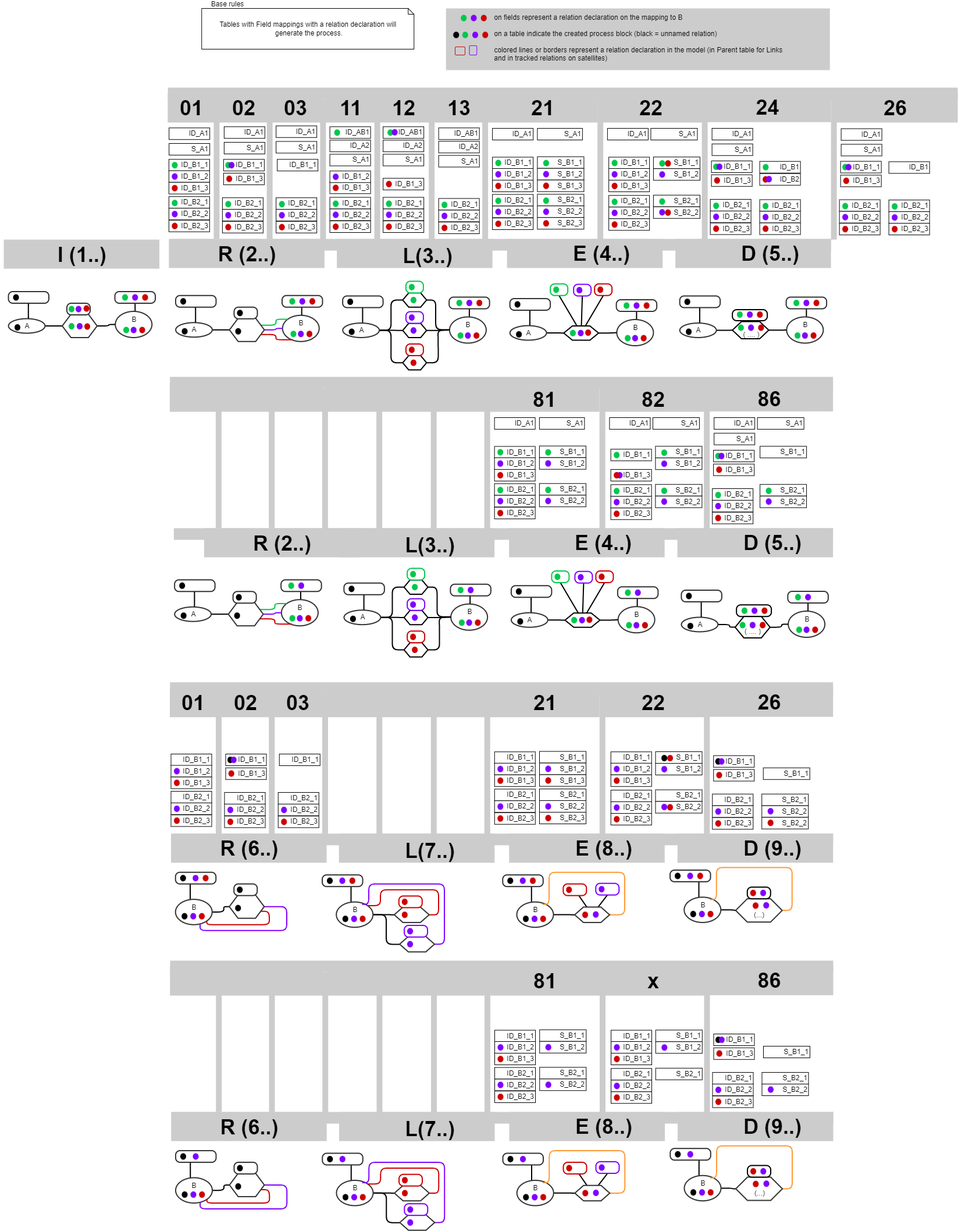
cimt-ag/data_vault_pipelinedescription keeps this draw.io diagram as documentation/images/relation_process_generation_scenarios.drawio.png. Above is the earlier version. Source tidied: cells renumbered, new cells last; positions are measured from the earlier drawing's top-left corner, leaving out a move shared by most shapes.
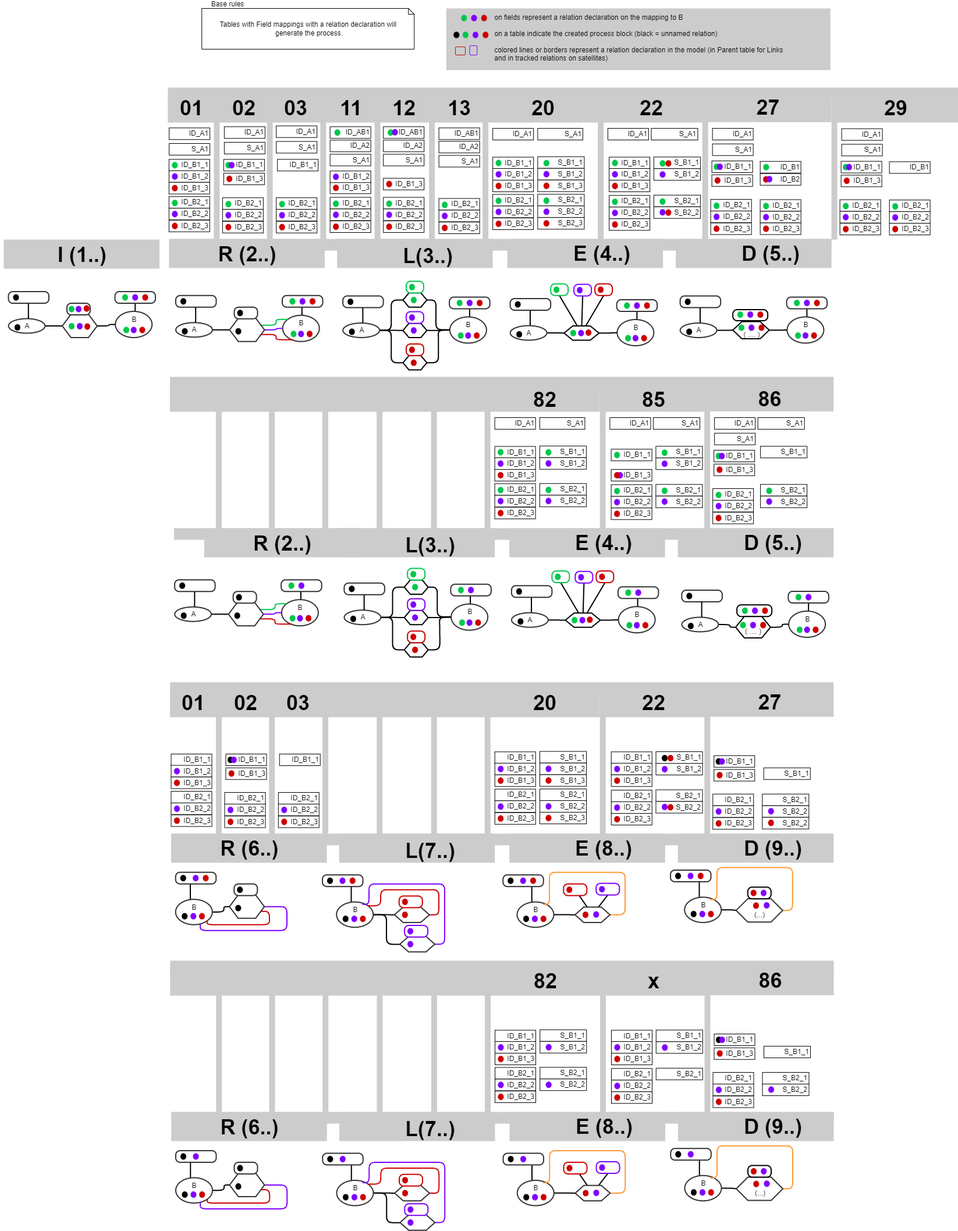
The same diagram one commit later.

Change to the diagram source:
```diff
@@ -1448,7 +1448,7 @@
     <mxCell id="415" value="&lt;div style=&quot;width: 43.0px;height:auto;word-break: break-word;&quot;&gt;&lt;div align=&quot;center&quot;&gt;&lt;span style=&quot;font-family: Helvetica; font-size: 36px; text-decoration: none; line-height: 36px; font-weight: bold;&quot;&gt;12&lt;/span&gt;&lt;/div&gt;&lt;/div&gt;" style="shape=rect;shadow=0;strokeWidth=0;strokeColor=none;fillColor=#cccccc;opacity=100.0;html=1;nl2Br=0;verticalAlign=top;align=center;spacingLeft=2.0;spacingRight=0;spacingTop=1.0;spacingBottom=8;whiteSpace=wrap;gliffyId=345;" parent="1" vertex="1">
       <mxGeometry x="642.1" y="160" width="90" height="50" as="geometry" />
     </mxCell>
-    <mxCell id="416" value="&lt;div style=&quot;width: 43.0px;height:auto;word-break: break-word;&quot;&gt;&lt;div align=&quot;center&quot;&gt;&lt;span style=&quot;font-family: Helvetica; font-size: 36px; text-decoration: none; line-height: 36px; font-weight: bold;&quot;&gt;21&lt;/span&gt;&lt;/div&gt;&lt;/div&gt;" style="shape=rect;shadow=0;strokeWidth=0;strokeColor=none;fillColor=#cccccc;opacity=100.0;html=1;nl2Br=0;verticalAlign=top;align=center;spacingLeft=2.0;spacingRight=0;spacingTop=1.0;spacingBottom=8;whiteSpace=wrap;gliffyId=345;" parent="1" vertex="1">
+    <mxCell id="416" value="&lt;div style=&quot;width: 43.0px;height:auto;word-break: break-word;&quot;&gt;&lt;div align=&quot;center&quot;&gt;&lt;span style=&quot;font-family: Helvetica; font-size: 36px; text-decoration: none; line-height: 36px; font-weight: bold;&quot;&gt;20&lt;/span&gt;&lt;/div&gt;&lt;/div&gt;" style="shape=rect;shadow=0;strokeWidth=0;strokeColor=none;fillColor=#cccccc;opacity=100.0;html=1;nl2Br=0;verticalAlign=top;align=center;spacingLeft=2.0;spacingRight=0;spacingTop=1.0;spacingBottom=8;whiteSpace=wrap;gliffyId=345;" parent="1" vertex="1">
       <mxGeometry x="830.9" y="160" width="189.8" height="50" as="geometry" />
     </mxCell>
     <mxCell id="417" value="ID_AB1" style="rounded=0;whiteSpace=wrap;html=1;align=right;" parent="1" vertex="1">
@@ -1571,7 +1571,7 @@
     <mxCell id="456" value="ID_B1" style="rounded=0;whiteSpace=wrap;html=1;align=right;" parent="1" vertex="1">
       <mxGeometry x="1299.6" y="276.8" width="70" height="20" as="geometry" />
     </mxCell>
-    <mxCell id="457" value="&lt;div style=&quot;width: 43.0px;height:auto;word-break: break-word;&quot;&gt;&lt;div align=&quot;center&quot;&gt;&lt;span style=&quot;font-family: Helvetica; font-size: 36px; text-decoration: none; line-height: 36px; font-weight: bold;&quot;&gt;24&lt;/span&gt;&lt;/div&gt;&lt;/div&gt;" style="shape=rect;shadow=0;strokeWidth=0;strokeColor=none;fillColor=#cccccc;opacity=100.0;html=1;nl2Br=0;verticalAlign=top;align=center;spacingLeft=2.0;spacingRight=0;spacingTop=1.0;spacingBottom=8;whiteSpace=wrap;gliffyId=345;" parent="1" vertex="1">
+    <mxCell id="457" value="&lt;div style=&quot;width: 43.0px;height:auto;word-break: break-word;&quot;&gt;&lt;div align=&quot;center&quot;&gt;&lt;span style=&quot;font-family: Helvetica; font-size: 36px; text-decoration: none; line-height: 36px; font-weight: bold;&quot;&gt;27&lt;/span&gt;&lt;/div&gt;&lt;/div&gt;" style="shape=rect;shadow=0;strokeWidth=0;strokeColor=none;fillColor=#cccccc;opacity=100.0;html=1;nl2Br=0;verticalAlign=top;align=center;spacingLeft=2.0;spacingRight=0;spacingTop=1.0;spacingBottom=8;whiteSpace=wrap;gliffyId=345;" parent="1" vertex="1">
       <mxGeometry x="1201.6" y="159.4" width="220.5" height="50" as="geometry" />
     </mxCell>
     <mxCell id="458" value="&lt;div style=&quot;width: 43.0px;height:auto;word-break: break-word;&quot;&gt;&lt;div align=&quot;center&quot;&gt;&lt;br&gt;&lt;/div&gt;&lt;/div&gt;" style="shape=rect;shadow=0;strokeWidth=0;strokeColor=none;fillColor=#cccccc;opacity=100.0;html=1;nl2Br=0;verticalAlign=top;align=center;spacingLeft=2.0;spacingRight=0;spacingTop=1.0;spacingBottom=8;whiteSpace=wrap;gliffyId=345;" parent="1" vertex="1">
@@ -1718,7 +1718,7 @@
     <mxCell id="505" value="&lt;div style=&quot;width: 43px; height: auto; word-break: break-word; font-size: 36px;&quot;&gt;&lt;div align=&quot;center&quot; style=&quot;font-size: 36px;&quot;&gt;&lt;br style=&quot;font-size: 36px;&quot;&gt;&lt;/div&gt;&lt;/div&gt;" style="shape=rect;shadow=0;strokeWidth=0;strokeColor=none;fillColor=#cccccc;opacity=100.0;html=1;nl2Br=0;verticalAlign=top;align=center;spacingLeft=2.0;spacingRight=0;spacingTop=1.0;spacingBottom=8;whiteSpace=wrap;gliffyId=345;fontSize=36;" parent="1" vertex="1">
       <mxGeometry x="735.6" y="657" width="100" height="50" as="geometry" />
     </mxCell>
-    <mxCell id="506" value="&lt;div style=&quot;width: 43.0px;height:auto;word-break: break-word;&quot;&gt;&lt;div align=&quot;center&quot;&gt;&lt;span style=&quot;font-family: Helvetica; font-size: 36px; text-decoration: none; line-height: 36px; font-weight: bold;&quot;&gt;82&lt;/span&gt;&lt;/div&gt;&lt;/div&gt;" style="shape=rect;shadow=0;strokeWidth=0;strokeColor=none;fillColor=#cccccc;opacity=100.0;html=1;nl2Br=0;verticalAlign=top;align=center;spacingLeft=2.0;spacingRight=0;spacingTop=1.0;spacingBottom=8;whiteSpace=wrap;gliffyId=345;fontSize=36;" parent="1" vertex="1">
+    <mxCell id="506" value="&lt;div style=&quot;width: 43.0px;height:auto;word-break: break-word;&quot;&gt;&lt;div align=&quot;center&quot;&gt;&lt;span style=&quot;font-family: Helvetica; font-size: 36px; text-decoration: none; line-height: 36px; font-weight: bold;&quot;&gt;85&lt;/span&gt;&lt;/div&gt;&lt;/div&gt;" style="shape=rect;shadow=0;strokeWidth=0;strokeColor=none;fillColor=#cccccc;opacity=100.0;html=1;nl2Br=0;verticalAlign=top;align=center;spacingLeft=2.0;spacingRight=0;spacingTop=1.0;spacingBottom=8;whiteSpace=wrap;gliffyId=345;fontSize=36;" parent="1" vertex="1">
       <mxGeometry x="1025.6" y="657" width="180" height="50" as="geometry" />
     </mxCell>
     <mxCell id="507" value="&lt;div style=&quot;width: 43.0px;height:auto;word-break: break-word;&quot;&gt;&lt;div align=&quot;center&quot;&gt;&lt;br&gt;&lt;/div&gt;&lt;/div&gt;" style="shape=rect;shadow=0;strokeWidth=0;strokeColor=none;fillColor=#cccccc;opacity=100.0;html=1;nl2Br=0;verticalAlign=top;align=center;spacingLeft=2.0;spacingRight=0;spacingTop=1.0;spacingBottom=8;whiteSpace=wrap;gliffyId=345;" parent="1" vertex="1">
@@ -1751,7 +1751,7 @@
     <mxCell id="516" value="&lt;div style=&quot;width: 43px; height: auto; word-break: break-word; font-size: 36px;&quot;&gt;&lt;div align=&quot;center&quot; style=&quot;font-size: 36px;&quot;&gt;&lt;br style=&quot;font-size: 36px;&quot;&gt;&lt;/div&gt;&lt;/div&gt;" style="shape=rect;shadow=0;strokeWidth=0;strokeColor=none;fillColor=#cccccc;opacity=100.0;html=1;nl2Br=0;verticalAlign=top;align=center;spacingLeft=2.0;spacingRight=0;spacingTop=1.0;spacingBottom=8;whiteSpace=wrap;gliffyId=345;fontSize=36;" parent="1" vertex="1">
       <mxGeometry x="645.6" y="657" width="90" height="50" as="geometry" />
     </mxCell>
-    <mxCell id="517" value="&lt;div style=&quot;width: 43.0px;height:auto;word-break: break-word;&quot;&gt;&lt;div align=&quot;center&quot;&gt;&lt;span style=&quot;font-family: Helvetica; font-size: 36px; text-decoration: none; line-height: 36px; font-weight: bold;&quot;&gt;81&lt;/span&gt;&lt;/div&gt;&lt;/div&gt;" style="shape=rect;shadow=0;strokeWidth=0;strokeColor=none;fillColor=#cccccc;opacity=100.0;html=1;nl2Br=0;verticalAlign=top;align=center;spacingLeft=2.0;spacingRight=0;spacingTop=1.0;spacingBottom=8;whiteSpace=wrap;gliffyId=345;fontSize=36;" parent="1" vertex="1">
+    <mxCell id="517" value="&lt;div style=&quot;width: 43.0px;height:auto;word-break: break-word;&quot;&gt;&lt;div align=&quot;center&quot;&gt;&lt;span style=&quot;font-family: Helvetica; font-size: 36px; text-decoration: none; line-height: 36px; font-weight: bold;&quot;&gt;82&lt;/span&gt;&lt;/div&gt;&lt;/div&gt;" style="shape=rect;shadow=0;strokeWidth=0;strokeColor=none;fillColor=#cccccc;opacity=100.0;html=1;nl2Br=0;verticalAlign=top;align=center;spacingLeft=2.0;spacingRight=0;spacingTop=1.0;spacingBottom=8;whiteSpace=wrap;gliffyId=345;fontSize=36;" parent="1" vertex="1">
       <mxGeometry x="834.4" y="657" width="189.8" height="50" as="geometry" />
     </mxCell>
     <mxCell id="518" value="ID_B1_1" style="rounded=0;whiteSpace=wrap;html=1;align=right;" parent="1" vertex="1">
@@ -2054,7 +2054,7 @@
     <mxCell id="617" value="&lt;div style=&quot;width: 43.0px;height:auto;word-break: break-word;&quot;&gt;&lt;div align=&quot;center&quot;&gt;&lt;br&gt;&lt;/div&gt;&lt;/div&gt;" style="shape=rect;shadow=0;strokeWidth=0;strokeColor=none;fillColor=#cccccc;opacity=100.0;html=1;nl2Br=0;verticalAlign=top;align=center;spacingLeft=2.0;spacingRight=0;spacingTop=1.0;spacingBottom=8;whiteSpace=wrap;gliffyId=345;" parent="1" vertex="1">
       <mxGeometry x="648.8" y="1181.8" width="90" height="50" as="geometry" />
     </mxCell>
-    <mxCell id="618" value="&lt;div style=&quot;width: 43.0px;height:auto;word-break: break-word;&quot;&gt;&lt;div align=&quot;center&quot;&gt;&lt;span style=&quot;font-family: Helvetica; font-size: 36px; text-decoration: none; line-height: 36px; font-weight: bold;&quot;&gt;21&lt;/span&gt;&lt;/div&gt;&lt;/div&gt;" style="shape=rect;shadow=0;strokeWidth=0;strokeColor=none;fillColor=#cccccc;opacity=100.0;html=1;nl2Br=0;verticalAlign=top;align=center;spacingLeft=2.0;spacingRight=0;spacingTop=1.0;spacingBottom=8;whiteSpace=wrap;gliffyId=345;" parent="1" vertex="1">
+    <mxCell id="618" value="&lt;div style=&quot;width: 43.0px;height:auto;word-break: break-word;&quot;&gt;&lt;div align=&quot;center&quot;&gt;&lt;span style=&quot;font-family: Helvetica; font-size: 36px; text-decoration: none; line-height: 36px; font-weight: bold;&quot;&gt;20&lt;/span&gt;&lt;/div&gt;&lt;/div&gt;" style="shape=rect;shadow=0;strokeWidth=0;strokeColor=none;fillColor=#cccccc;opacity=100.0;html=1;nl2Br=0;verticalAlign=top;align=center;spacingLeft=2.0;spacingRight=0;spacingTop=1.0;spacingBottom=8;whiteSpace=wrap;gliffyId=345;" parent="1" vertex="1">
       <mxGeometry x="834.5" y="1181.8" width="189.8" height="50" as="geometry" />
     </mxCell>
     <mxCell id="619" value="ID_B1_1" style="rounded=0;whiteSpace=wrap;html=1;align=right;" parent="1" vertex="1">
@@ -2102,7 +2102,7 @@
     <mxCell id="633" style="ellipse;whiteSpace=wrap;html=1;strokeColor=none;fillColor=#cc0000;" parent="1" vertex="1">
       <mxGeometry x="1225" y="1325.8" width="10" height="11" as="geometry" />
     </mxCell>
-    <mxCell id="634" value="&lt;div style=&quot;width: 43.0px;height:auto;word-break: break-word;&quot;&gt;&lt;div align=&quot;center&quot;&gt;&lt;span style=&quot;font-family: Helvetica; font-size: 36px; text-decoration: none; line-height: 36px; font-weight: bold;&quot;&gt;26&lt;/span&gt;&lt;/div&gt;&lt;/div&gt;" style="shape=rect;shadow=0;strokeWidth=0;strokeColor=none;fillColor=#cccccc;opacity=100.0;html=1;nl2Br=0;verticalAlign=top;align=center;spacingLeft=2.0;spacingRight=0;spacingTop=1.0;spacingBottom=8;whiteSpace=wrap;gliffyId=345;" parent="1" vertex="1">
+    <mxCell id="634" value="&lt;div style=&quot;width: 43.0px;height:auto;word-break: break-word;&quot;&gt;&lt;div align=&quot;center&quot;&gt;&lt;span style=&quot;font-family: Helvetica; font-size: 36px; text-decoration: none; line-height: 36px; font-weight: bold;&quot;&gt;27&lt;/span&gt;&lt;/div&gt;&lt;/div&gt;" style="shape=rect;shadow=0;strokeWidth=0;strokeColor=none;fillColor=#cccccc;opacity=100.0;html=1;nl2Br=0;verticalAlign=top;align=center;spacingLeft=2.0;spacingRight=0;spacingTop=1.0;spacingBottom=8;whiteSpace=wrap;gliffyId=345;" parent="1" vertex="1">
       <mxGeometry x="1205.2" y="1181.1" width="220.5" height="50" as="geometry" />
     </mxCell>
     <mxCell id="635" value="&lt;div style=&quot;width: 43.0px;height:auto;word-break: break-word;&quot;&gt;&lt;div align=&quot;center&quot;&gt;&lt;br&gt;&lt;/div&gt;&lt;/div&gt;" style="shape=rect;shadow=0;strokeWidth=0;strokeColor=none;fillColor=#cccccc;opacity=100.0;html=1;nl2Br=0;verticalAlign=top;align=center;spacingLeft=2.0;spacingRight=0;spacingTop=1.0;spacingBottom=8;whiteSpace=wrap;gliffyId=345;" parent="1" vertex="1">
@@ -2571,7 +2571,7 @@
     <mxCell id="762" value="&lt;div style=&quot;width: 43.0px;height:auto;word-break: break-word;&quot;&gt;&lt;div align=&quot;center&quot;&gt;&lt;br&gt;&lt;/div&gt;&lt;/div&gt;" style="shape=rect;shadow=0;strokeWidth=0;strokeColor=none;fillColor=#cccccc;opacity=100.0;html=1;nl2Br=0;verticalAlign=top;align=center;spacingLeft=2.0;spacingRight=0;spacingTop=1.0;spacingBottom=8;whiteSpace=wrap;gliffyId=345;" parent="1" vertex="1">
       <mxGeometry x="649" y="1660" width="90" height="50" as="geometry" />
     </mxCell>
-    <mxCell id="763" value="&lt;div style=&quot;width: 43.0px;height:auto;word-break: break-word;&quot;&gt;&lt;div align=&quot;center&quot;&gt;&lt;span style=&quot;font-family: Helvetica; font-size: 36px; text-decoration: none; line-height: 36px; font-weight: bold;&quot;&gt;81&lt;/span&gt;&lt;/div&gt;&lt;/div&gt;" style="shape=rect;shadow=0;strokeWidth=0;strokeColor=none;fillColor=#cccccc;opacity=100.0;html=1;nl2Br=0;verticalAlign=top;align=center;spacingLeft=2.0;spacingRight=0;spacingTop=1.0;spacingBottom=8;whiteSpace=wrap;gliffyId=345;" parent="1" vertex="1">
+    <mxCell id="763" value="&lt;div style=&quot;width: 43.0px;height:auto;word-break: break-word;&quot;&gt;&lt;div align=&quot;center&quot;&gt;&lt;span style=&quot;font-family: Helvetica; font-size: 36px; text-decoration: none; line-height: 36px; font-weight: bold;&quot;&gt;82&lt;/span&gt;&lt;/div&gt;&lt;/div&gt;" style="shape=rect;shadow=0;strokeWidth=0;strokeColor=none;fillColor=#cccccc;opacity=100.0;html=1;nl2Br=0;verticalAlign=top;align=center;spacingLeft=2.0;spacingRight=0;spacingTop=1.0;spacingBottom=8;whiteSpace=wrap;gliffyId=345;" parent="1" vertex="1">
       <mxGeometry x="834.8" y="1660" width="189.8" height="50" as="geometry" />
     </mxCell>
     <mxCell id="764" value="ID_B1_1" style="rounded=0;whiteSpace=wrap;html=1;align=right;" parent="1" vertex="1">
@@ -2798,7 +2798,7 @@
     <mxCell id="833" value="ID_B1" style="rounded=0;whiteSpace=wrap;html=1;align=right;" parent="1" vertex="1">
       <mxGeometry x="1521.6" y="277.4" width="70" height="20" as="geometry" />
     </mxCell>
-    <mxCell id="834" value="&lt;div style=&quot;width: 43.0px;height:auto;word-break: break-word;&quot;&gt;&lt;div align=&quot;center&quot;&gt;&lt;span style=&quot;font-family: Helvetica; font-size: 36px; text-decoration: none; line-height: 36px; font-weight: bold;&quot;&gt;26&lt;/span&gt;&lt;/div&gt;&lt;/div&gt;" style="shape=rect;shadow=0;strokeWidth=0;strokeColor=none;fillColor=#cccccc;opacity=100.0;html=1;nl2Br=0;verticalAlign=top;align=center;spacingLeft=2.0;spacingRight=0;spacingTop=1.0;spacingBottom=8;whiteSpace=wrap;gliffyId=345;" parent="1" vertex="1">
+    <mxCell id="834" value="&lt;div style=&quot;width: 43.0px;height:auto;word-break: break-word;&quot;&gt;&lt;div align=&quot;center&quot;&gt;&lt;span style=&quot;font-family: Helvetica; font-size: 36px; text-decoration: none; line-height: 36px; font-weight: bold;&quot;&gt;29&lt;/span&gt;&lt;/div&gt;&lt;/div&gt;" style="shape=rect;shadow=0;strokeWidth=0;strokeColor=none;fillColor=#cccccc;opacity=100.0;html=1;nl2Br=0;verticalAlign=top;align=center;spacingLeft=2.0;spacingRight=0;spacingTop=1.0;spacingBottom=8;whiteSpace=wrap;gliffyId=345;" parent="1" vertex="1">
       <mxGeometry x="1423.6" y="160" width="216.4" height="50" as="geometry" />
     </mxCell>
     <mxCell id="835" value="&lt;div style=&quot;width: 43.0px;height:auto;word-break: break-word;&quot;&gt;&lt;div align=&quot;center&quot;&gt;&lt;br&gt;&lt;/div&gt;&lt;/div&gt;" style="shape=rect;shadow=0;strokeWidth=0;strokeColor=none;fillColor=#cccccc;opacity=100.0;html=1;nl2Br=0;verticalAlign=top;align=center;spacingLeft=2.0;spacingRight=0;spacingTop=1.0;spacingBottom=8;whiteSpace=wrap;gliffyId=345;" parent="1" vertex="1">
```
